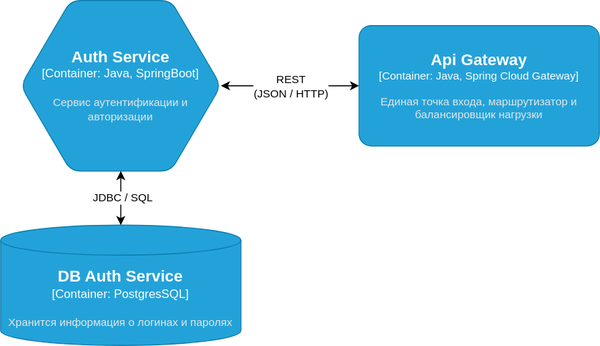
Before: Docs/As is/Diagrams/AuthServiceC4.svg, a diagram exported from draw.io (ni1a207/Healthcare-System). Source tidied: cells renumbered, new cells last; positions are measured from the earlier drawing's top-left corner, leaving out a move shared by most shapes.
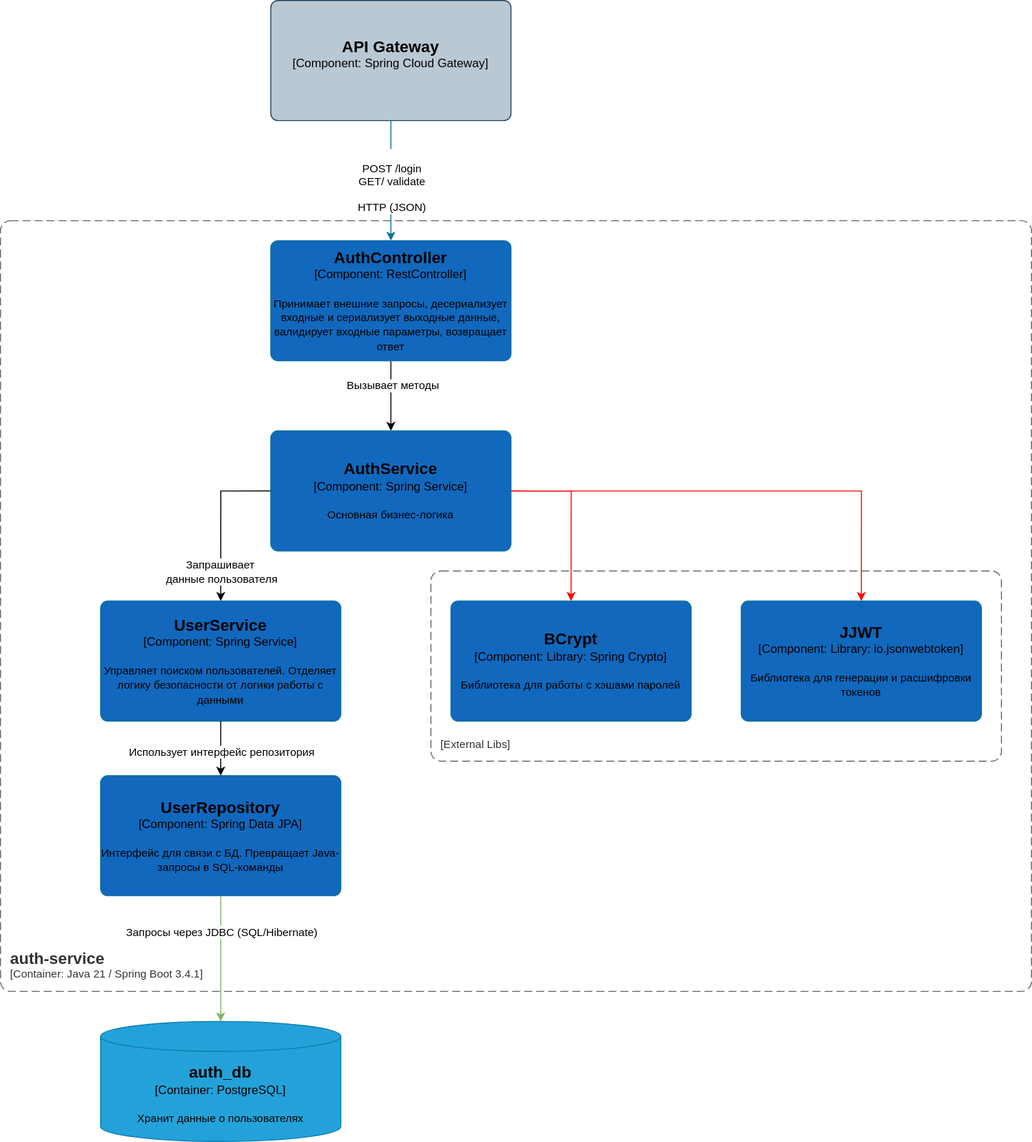
The same file after the commit.

Diff of the diagram source:
```diff
@@ -1,35 +1,102 @@
-<mxGraphModel background="#ffffff">
+<mxGraphModel>
   <root>
     <mxCell id="0" />
     <mxCell id="1" parent="0" />
-    <object id="2" label="&lt;font style=&quot;font-size: 16px&quot;&gt;&lt;b&gt;%c4Name%&lt;/b&gt;&lt;/font&gt;&lt;div&gt;[%c4Type%: %c4Technology%]&lt;/div&gt;&lt;br&gt;&lt;div&gt;&lt;font style=&quot;font-size: 11px&quot;&gt;&lt;font color=&quot;#E6E6E6&quot;&gt;%c4Description%&lt;/font&gt;&lt;/div&gt;" c4Description="Единая точка входа, маршрутизатор и балансировщик нагрузки" c4Name="Api Gateway" c4Technology="Java, Spring Cloud Gateway" c4Type="Container" placeholders="1">
-      <mxCell style="rounded=1;whiteSpace=wrap;html=1;fontSize=11;labelBackgroundColor=none;fillColor=#23A2D9;fontColor=#ffffff;align=center;arcSize=10;strokeColor=#0E7DAD;points=[[0.25,0,0],[0.5,0,0],[0.75,0,0],[1,0.25,0],[1,0.5,0],[1,0.75,0],[0.75,1,0],[0.5,1,0],[0.25,1,0],[0,0.75,0],[0,0.5,0],[0,0.25,0]];" parent="1" vertex="1">
-        <mxGeometry x="358" y="25" width="240" height="120" as="geometry" />
-      </mxCell>
-    </object>
-    <object id="3" label="&lt;font style=&quot;font-size: 16px&quot;&gt;&lt;b&gt;%c4Name%&lt;/b&gt;&lt;/font&gt;&lt;div&gt;[%c4Type%:&amp;nbsp;%c4Technology%]&lt;/div&gt;&lt;br&gt;&lt;div&gt;&lt;font style=&quot;font-size: 11px&quot;&gt;&lt;font color=&quot;#E6E6E6&quot;&gt;%c4Description%&lt;/font&gt;&lt;/div&gt;" c4Description="Сервис аутентификации и авторизации" c4Name="Auth Service" c4Technology="Java, SpringBoot" c4Type="Container" placeholders="1">
-      <mxCell style="shape=hexagon;size=50;perimeter=hexagonPerimeter2;whiteSpace=wrap;html=1;fixedSize=1;rounded=1;labelBackgroundColor=none;fillColor=#23A2D9;fontSize=12;fontColor=#ffffff;align=center;strokeColor=#0E7DAD;points=[[0.5,0,0],[1,0.25,0],[1,0.5,0],[1,0.75,0],[0.5,1,0],[0,0.75,0],[0,0.5,0],[0,0.25,0]];" parent="1" vertex="1">
-        <mxGeometry x="20" width="200" height="170" as="geometry" />
-      </mxCell>
-    </object>
-    <object id="4" label="&lt;font style=&quot;font-size: 16px&quot;&gt;&lt;b&gt;%c4Name%&lt;/b&gt;&lt;/font&gt;&lt;div&gt;[%c4Type%:&amp;nbsp;%c4Technology%]&lt;/div&gt;&lt;br&gt;&lt;div&gt;&lt;font style=&quot;font-size: 11px&quot;&gt;&lt;font color=&quot;#E6E6E6&quot;&gt;%c4Description%&lt;/font&gt;&lt;/div&gt;" c4Description="Хранится информация о логинах и паролях" c4Name="DB Auth Service" c4Technology="PostgresSQL" c4Type="Container" placeholders="1">
-      <mxCell style="shape=cylinder3;size=15;whiteSpace=wrap;html=1;boundedLbl=1;rounded=0;labelBackgroundColor=none;fillColor=#23A2D9;fontSize=12;fontColor=#ffffff;align=center;strokeColor=#0E7DAD;points=[[0.5,0,0],[1,0.25,0],[1,0.5,0],[1,0.75,0],[0.5,1,0],[0,0.75,0],[0,0.5,0],[0,0.25,0]];" parent="1" vertex="1">
-        <mxGeometry y="224" width="240" height="120" as="geometry" />
-      </mxCell>
-    </object>
-    <mxCell id="5" style="edgeStyle=orthogonalEdgeStyle;rounded=0;jettySize=auto;html=1;entryX=0.5;entryY=0;entryDx=0;entryDy=0;entryPerimeter=0;startArrow=classic;startFill=1;" parent="1" edge="1" source="3" target="4">
-      <mxGeometry relative="1" as="geometry" />
-    </mxCell>
-    <mxCell id="6" value="JDBC / SQL" style="edgeLabel;html=1;align=center;verticalAlign=middle;" parent="5" vertex="1">
-      <mxGeometry x="-0.03" y="1" relative="1" as="geometry" />
-    </mxCell>
-    <mxCell id="7" style="edgeStyle=orthogonalEdgeStyle;rounded=0;jettySize=auto;html=1;entryX=1;entryY=0.5;entryDx=0;entryDy=0;entryPerimeter=0;exitX=0;exitY=0.5;exitDx=0;exitDy=0;exitPerimeter=0;startArrow=classic;startFill=1;" parent="1" edge="1" source="2" target="3">
-      <mxGeometry relative="1" as="geometry" />
-    </mxCell>
-    <mxCell id="8" value="REST&lt;div&gt;(JSON / HTTP)&lt;/div&gt;" style="edgeLabel;html=1;align=center;verticalAlign=middle;" parent="7" vertex="1">
-      <mxGeometry x="-0.2" relative="1" as="geometry">
-        <mxPoint x="-14" as="offset" />
-      </mxGeometry>
-    </mxCell>
+    <object id="9" label="&lt;font style=&quot;font-size: 16px&quot;&gt;&lt;b&gt;&lt;div style=&quot;text-align: left&quot;&gt;%c4Name%&lt;/div&gt;&lt;/b&gt;&lt;/font&gt;&lt;div style=&quot;text-align: left&quot;&gt;[%c4Application%]&lt;/div&gt;" c4Application="Container: Java 21 / Spring Boot 3.4.1" c4Name="auth-service" c4Type="SystemScopeBoundary" placeholders="1">
+      <mxCell style="rounded=1;fontSize=11;whiteSpace=wrap;html=1;dashed=1;arcSize=20;fillColor=none;strokeColor=#666666;fontColor=#333333;labelBackgroundColor=none;align=left;verticalAlign=bottom;labelBorderColor=none;spacingTop=0;spacing=10;dashPattern=8 4;perimeter=rectanglePerimeter;noLabel=0;labelPadding=0;absoluteArcSize=1;" parent="1" vertex="1">
+        <mxGeometry x="-2388" y="-245" width="1030" height="770" as="geometry" />
+      </mxCell>
+    </object>
+    <mxCell id="10" style="edgeStyle=orthogonalEdgeStyle;rounded=0;jettySize=auto;html=1;entryX=0.5;entryY=0;entryDx=0;entryDy=0;entryPerimeter=0;fillColor=#b1ddf0;strokeColor=light-dark(#10739E,#0000FF);" parent="1" edge="1" target="15">
+      <mxGeometry relative="1" as="geometry">
+        <mxPoint x="-1998" y="-355" as="sourcePoint" />
+      </mxGeometry>
+    </mxCell>
+    <mxCell id="11" value="&lt;div&gt;&lt;br&gt;&lt;/div&gt;&lt;div&gt;POST /login&lt;/div&gt;&lt;span style=&quot;background-color: light-dark(#ffffff, var(--ge-dark-color, #121212)); color: light-dark(rgb(0, 0, 0), rgb(255, 255, 255));&quot;&gt;GET/ validate&lt;/span&gt;&lt;div&gt;&lt;br&gt;&lt;/div&gt;&lt;div&gt;HTTP (JSON)&lt;br&gt;&lt;/div&gt;" style="edgeLabel;html=1;align=center;verticalAlign=middle;" parent="10" vertex="1">
+      <mxGeometry x="0.07" y="2" relative="1" as="geometry">
+        <mxPoint x="-2" y="1" as="offset" />
+      </mxGeometry>
+    </mxCell>
+    <object id="12" label="&lt;font style=&quot;font-size: 16px&quot;&gt;&lt;b&gt;%c4Name%&lt;/b&gt;&lt;/font&gt;&lt;div&gt;[%c4Type%: %c4Technology%]&lt;/div&gt;&lt;br&gt;&lt;div&gt;&lt;font style=&quot;font-size: 11px&quot;&gt;%c4Description%&lt;/font&gt;&lt;/div&gt;" c4Description="" c4Name="API Gateway" c4Technology="Spring Cloud Gateway" c4Type="Component" placeholders="1">
+      <mxCell style="rounded=1;whiteSpace=wrap;html=1;labelBackgroundColor=none;align=center;arcSize=6;fillColor=light-dark(#BAC8D3,#546673);strokeColor=#23445d;" parent="1" vertex="1">
+        <mxGeometry x="-2118" y="-465" width="240" height="120" as="geometry" />
+      </mxCell>
+    </object>
+    <mxCell id="13" style="edgeStyle=orthogonalEdgeStyle;rounded=0;jettySize=auto;html=1;" parent="1" edge="1" source="15" target="16">
+      <mxGeometry relative="1" as="geometry" />
+    </mxCell>
+    <mxCell id="14" value="Вызывает методы" style="edgeLabel;html=1;align=center;verticalAlign=middle;" parent="13" vertex="1">
+      <mxGeometry x="-0.31" y="1" relative="1" as="geometry" />
+    </mxCell>
+    <object id="15" label="&lt;font style=&quot;font-size: 16px&quot;&gt;&lt;b&gt;%c4Name%&lt;/b&gt;&lt;/font&gt;&lt;div&gt;[%c4Type%: %c4Technology%]&lt;/div&gt;&lt;br&gt;&lt;div&gt;&lt;font style=&quot;font-size: 11px&quot;&gt;%c4Description%&lt;/font&gt;&lt;/div&gt;" c4Description="Принимает внешние запросы, десериализует входные и сериализует выходные данные, валидирует входные параметры, возвращает ответ" c4Name="AuthController" c4Technology="RestController" c4Type="Component" placeholders="1">
+      <mxCell style="rounded=1;whiteSpace=wrap;html=1;labelBackgroundColor=none;align=center;arcSize=6;points=[[0.25,0,0],[0.5,0,0],[0.75,0,0],[1,0.25,0],[1,0.5,0],[1,0.75,0],[0.75,1,0],[0.5,1,0],[0.25,1,0],[0,0.75,0],[0,0.5,0],[0,0.25,0]];fillColor=light-dark(#1168BD,#5EA9F2);strokeColor=#10739e;" parent="1" vertex="1">
+        <mxGeometry x="-2118" y="-225" width="240" height="120" as="geometry" />
+      </mxCell>
+    </object>
+    <object id="16" label="&lt;font style=&quot;font-size: 16px&quot;&gt;&lt;b&gt;%c4Name%&lt;/b&gt;&lt;/font&gt;&lt;div&gt;[%c4Type%: %c4Technology%]&lt;/div&gt;&lt;br&gt;&lt;div&gt;&lt;font style=&quot;font-size: 11px&quot;&gt;%c4Description%&lt;/font&gt;&lt;/div&gt;" c4Description="Основная бизнес-логика" c4Name="AuthService" c4Technology="Spring Service" c4Type="Component" placeholders="1">
+      <mxCell style="rounded=1;whiteSpace=wrap;html=1;labelBackgroundColor=none;align=center;arcSize=6;points=[[0.25,0,0],[0.5,0,0],[0.75,0,0],[1,0.25,0],[1,0.5,0],[1,0.75,0],[0.75,1,0],[0.5,1,0],[0.25,1,0],[0,0.75,0],[0,0.5,0],[0,0.25,0]];fillColor=#1168BD;strokeColor=#10739e;" parent="1" vertex="1">
+        <mxGeometry x="-2118" y="-35" width="240" height="120" as="geometry" />
+      </mxCell>
+    </object>
+    <object id="17" label="&lt;font style=&quot;font-size: 16px&quot;&gt;&lt;b&gt;%c4Name%&lt;/b&gt;&lt;/font&gt;&lt;div&gt;[%c4Type%: %c4Technology%]&lt;/div&gt;&lt;br&gt;&lt;div&gt;&lt;font style=&quot;font-size: 11px&quot;&gt;%c4Description%&lt;/font&gt;&lt;/div&gt;" c4Description="Управляет поиском пользователей. Отделяет логику безопасности от логики работы с данными" c4Name="UserService" c4Technology="Spring Service" c4Type="Component" placeholders="1">
+      <mxCell style="rounded=1;whiteSpace=wrap;html=1;labelBackgroundColor=none;align=center;arcSize=6;points=[[0.25,0,0],[0.5,0,0],[0.75,0,0],[1,0.25,0],[1,0.5,0],[1,0.75,0],[0.75,1,0],[0.5,1,0],[0.25,1,0],[0,0.75,0],[0,0.5,0],[0,0.25,0]];fillColor=#1168BD;strokeColor=#10739e;" parent="1" vertex="1">
+        <mxGeometry x="-2288" y="135" width="240" height="120" as="geometry" />
+      </mxCell>
+    </object>
+    <object id="18" label="&lt;font style=&quot;font-size: 16px&quot;&gt;&lt;b&gt;%c4Name%&lt;/b&gt;&lt;/font&gt;&lt;div&gt;[%c4Type%: %c4Technology%]&lt;/div&gt;&lt;br&gt;&lt;div&gt;&lt;font style=&quot;font-size: 11px&quot;&gt;%c4Description%&lt;/font&gt;&lt;/div&gt;" c4Description="Интерфейс для связи с БД. Превращает Java-запросы в SQL-команды" c4Name="UserRepository" c4Technology="Spring Data JPA" c4Type="Component" placeholders="1">
+      <mxCell style="rounded=1;whiteSpace=wrap;html=1;labelBackgroundColor=none;align=center;arcSize=6;points=[[0.25,0,0],[0.5,0,0],[0.75,0,0],[1,0.25,0],[1,0.5,0],[1,0.75,0],[0.75,1,0],[0.5,1,0],[0.25,1,0],[0,0.75,0],[0,0.5,0],[0,0.25,0]];fillColor=#1168BD;strokeColor=#10739e;" parent="1" vertex="1">
+        <mxGeometry x="-2288" y="309.5" width="240" height="120" as="geometry" />
+      </mxCell>
+    </object>
+    <mxCell id="19" style="edgeStyle=orthogonalEdgeStyle;rounded=0;jettySize=auto;html=1;entryX=0.5;entryY=0;entryDx=0;entryDy=0;entryPerimeter=0;exitX=0;exitY=0.5;exitDx=0;exitDy=0;exitPerimeter=0;" parent="1" edge="1" source="16" target="17">
+      <mxGeometry relative="1" as="geometry" />
+    </mxCell>
+    <mxCell id="20" value="Запрашивает&amp;nbsp;&lt;div&gt;данные пользователя&lt;/div&gt;" style="edgeLabel;html=1;align=center;verticalAlign=middle;" parent="19" vertex="1">
+      <mxGeometry x="0.61" y="1" relative="1" as="geometry">
+        <mxPoint x="-1" y="1" as="offset" />
+      </mxGeometry>
+    </mxCell>
+    <mxCell id="21" style="edgeStyle=orthogonalEdgeStyle;rounded=0;jettySize=auto;html=1;entryX=0.5;entryY=0;entryDx=0;entryDy=0;entryPerimeter=0;" parent="1" edge="1" source="17" target="18">
+      <mxGeometry relative="1" as="geometry" />
+    </mxCell>
+    <mxCell id="22" value="&lt;span&gt;&lt;b&gt;&lt;/b&gt;&lt;/span&gt;&lt;span&gt;Использует интерфейс репозитория&lt;/span&gt;" style="edgeLabel;html=1;align=center;verticalAlign=middle;" parent="21" vertex="1">
+      <mxGeometry y="2" relative="1" as="geometry">
+        <mxPoint x="-2" y="3" as="offset" />
+      </mxGeometry>
+    </mxCell>
+    <object id="23" label="&lt;font style=&quot;font-size: 16px&quot;&gt;&lt;b&gt;%c4Name%&lt;/b&gt;&lt;/font&gt;&lt;div&gt;[%c4Type%:&amp;nbsp;%c4Technology%]&lt;/div&gt;&lt;br&gt;&lt;div&gt;&lt;font style=&quot;font-size: 11px&quot;&gt;&lt;font&gt;%c4Description%&lt;/font&gt;&lt;/font&gt;&lt;/div&gt;" c4Description="Хранит данные о пользователях" c4Name="auth_db" c4Technology="PostgreSQL" c4Type="Container" placeholders="1">
+      <mxCell style="shape=cylinder3;size=15;whiteSpace=wrap;html=1;boundedLbl=1;rounded=0;labelBackgroundColor=none;fillColor=#23A2D9;fontSize=12;fontColor=light-dark(#000000,#000000);align=center;strokeColor=#0E7DAD;points=[[0.5,0,0],[1,0.25,0],[1,0.5,0],[1,0.75,0],[0.5,1,0],[0,0.75,0],[0,0.5,0],[0,0.25,0]];" parent="1" vertex="1">
+        <mxGeometry x="-2288" y="555" width="240" height="120" as="geometry" />
+      </mxCell>
+    </object>
+    <mxCell id="24" style="edgeStyle=orthogonalEdgeStyle;rounded=0;jettySize=auto;html=1;entryX=0.5;entryY=0;entryDx=0;entryDy=0;entryPerimeter=0;fillColor=#d5e8d4;gradientColor=#97d077;strokeColor=light-dark(#82B366,#00CC00);" parent="1" edge="1" source="18" target="23">
+      <mxGeometry relative="1" as="geometry" />
+    </mxCell>
+    <mxCell id="25" value="Запросы через JDBC (SQL/Hibernate)" style="edgeLabel;html=1;align=center;verticalAlign=middle;" parent="24" vertex="1">
+      <mxGeometry x="-0.11" y="-1" relative="1" as="geometry">
+        <mxPoint x="1" y="-20" as="offset" />
+      </mxGeometry>
+    </mxCell>
+    <object id="26" label="&lt;font style=&quot;font-size: 16px&quot;&gt;&lt;b&gt;&lt;div style=&quot;text-align: left&quot;&gt;%c4Name%&lt;/div&gt;&lt;/b&gt;&lt;/font&gt;&lt;div style=&quot;text-align: left&quot;&gt;[%c4Application%]&lt;/div&gt;" c4Application="External Libs" c4Name="" c4Type="ContainerScopeBoundary" placeholders="1">
+      <mxCell style="rounded=1;fontSize=11;whiteSpace=wrap;html=1;dashed=1;arcSize=20;fillColor=none;strokeColor=#666666;fontColor=#333333;labelBackgroundColor=none;align=left;verticalAlign=bottom;labelBorderColor=none;spacingTop=0;spacing=10;dashPattern=8 4;perimeter=rectanglePerimeter;noLabel=0;labelPadding=0;absoluteArcSize=1;" parent="1" vertex="1">
+        <mxGeometry x="-1958" y="105" width="570" height="190" as="geometry" />
+      </mxCell>
+    </object>
+    <object id="27" label="&lt;font style=&quot;font-size: 16px&quot;&gt;&lt;b&gt;%c4Name%&lt;/b&gt;&lt;/font&gt;&lt;div&gt;[%c4Type%: %c4Technology%]&lt;/div&gt;&lt;br&gt;&lt;div&gt;&lt;font style=&quot;font-size: 11px&quot;&gt;%c4Description%&lt;/font&gt;&lt;/div&gt;" c4Description="Библиотека для работы с хэшами паролей" c4Name="BCrypt" c4Technology="Library: Spring Crypto" c4Type="Component" placeholders="1">
+      <mxCell style="rounded=1;whiteSpace=wrap;html=1;labelBackgroundColor=none;align=center;arcSize=6;points=[[0.25,0,0],[0.5,0,0],[0.75,0,0],[1,0.25,0],[1,0.5,0],[1,0.75,0],[0.75,1,0],[0.5,1,0],[0.25,1,0],[0,0.75,0],[0,0.5,0],[0,0.25,0]];fillColor=#1168BD;strokeColor=#10739e;" parent="1" vertex="1">
+        <mxGeometry x="-1938" y="135" width="240" height="120" as="geometry" />
+      </mxCell>
+    </object>
+    <mxCell id="28" style="edgeStyle=orthogonalEdgeStyle;rounded=0;jettySize=auto;html=1;entryX=0.5;entryY=0;entryDx=0;entryDy=0;entryPerimeter=0;exitX=1;exitY=0.5;exitDx=0;exitDy=0;exitPerimeter=0;fillColor=#f8cecc;gradientColor=#ea6b66;strokeColor=light-dark(#FF0000,#FF0000);" parent="1" edge="1" source="16" target="27">
+      <mxGeometry relative="1" as="geometry" />
+    </mxCell>
+    <object id="29" label="&lt;font style=&quot;font-size: 16px&quot;&gt;&lt;b&gt;%c4Name%&lt;/b&gt;&lt;/font&gt;&lt;div&gt;[%c4Type%: %c4Technology%]&lt;/div&gt;&lt;br&gt;&lt;div&gt;&lt;font style=&quot;font-size: 11px&quot;&gt;%c4Description%&lt;/font&gt;&lt;/div&gt;" c4Description="Библиотека для генерации и расшифровки токенов" c4Name="JJWT" c4Technology="Library: io.jsonwebtoken" c4Type="Component" placeholders="1">
+      <mxCell style="rounded=1;whiteSpace=wrap;html=1;labelBackgroundColor=none;align=center;arcSize=6;points=[[0.25,0,0],[0.5,0,0],[0.75,0,0],[1,0.25,0],[1,0.5,0],[1,0.75,0],[0.75,1,0],[0.5,1,0],[0.25,1,0],[0,0.75,0],[0,0.5,0],[0,0.25,0]];fillColor=#1168BD;strokeColor=#10739e;" parent="1" vertex="1">
+        <mxGeometry x="-1648" y="135" width="240" height="120" as="geometry" />
+      </mxCell>
+    </object>
+    <mxCell id="30" style="edgeStyle=orthogonalEdgeStyle;rounded=0;jettySize=auto;html=1;entryX=0.5;entryY=0;entryDx=0;entryDy=0;entryPerimeter=0;fillColor=#f8cecc;gradientColor=#ea6b66;strokeColor=light-dark(#FF0000,#FF0000);" parent="1" edge="1" source="16" target="29">
+      <mxGeometry relative="1" as="geometry" />
+    </mxCell>
   </root>
 </mxGraphModel>
```
